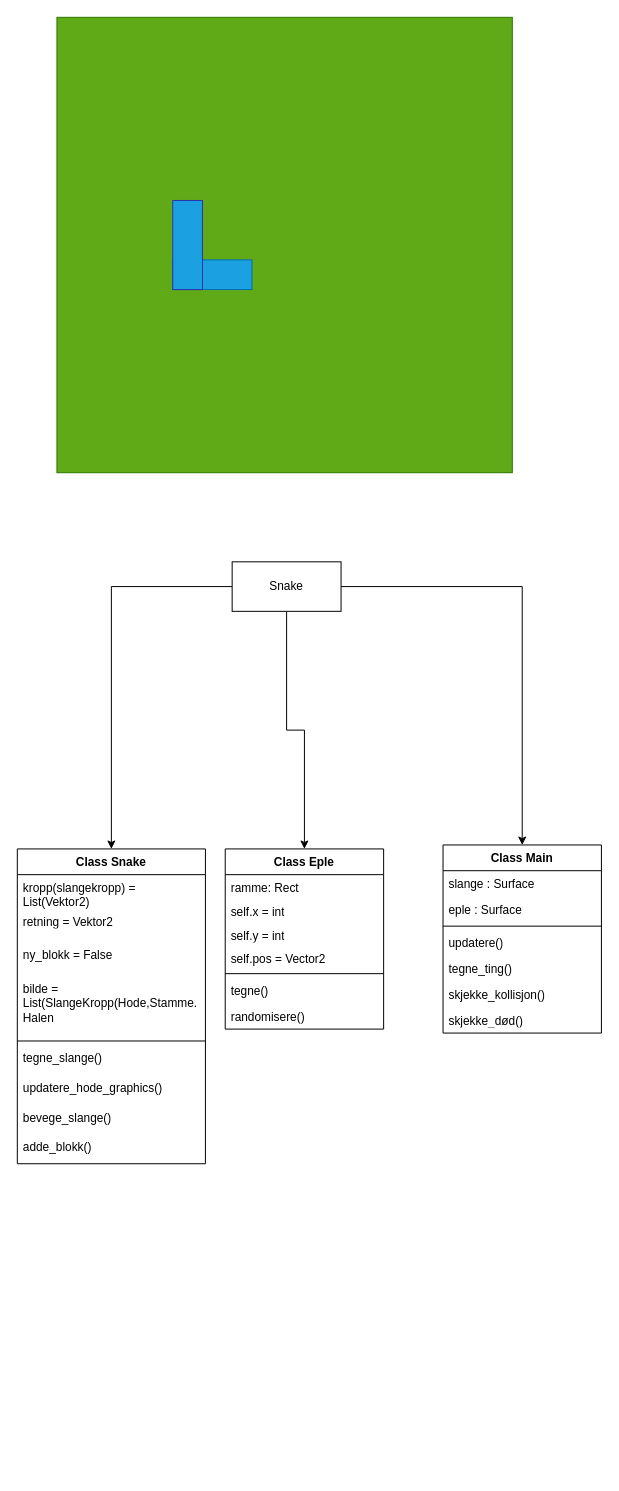
Earlier version of the draw.io diagram snakeprojekt.drawio (mocrow13/spillprojekt). Source tidied: cells renumbered, new cells numbered last; positions are measured from the earlier drawing's top-left corner, leaving out a move shared by most shapes. Both pictures are drawn from the tidied source at 99%, with x=0, y=0 at pixel (17, 17).
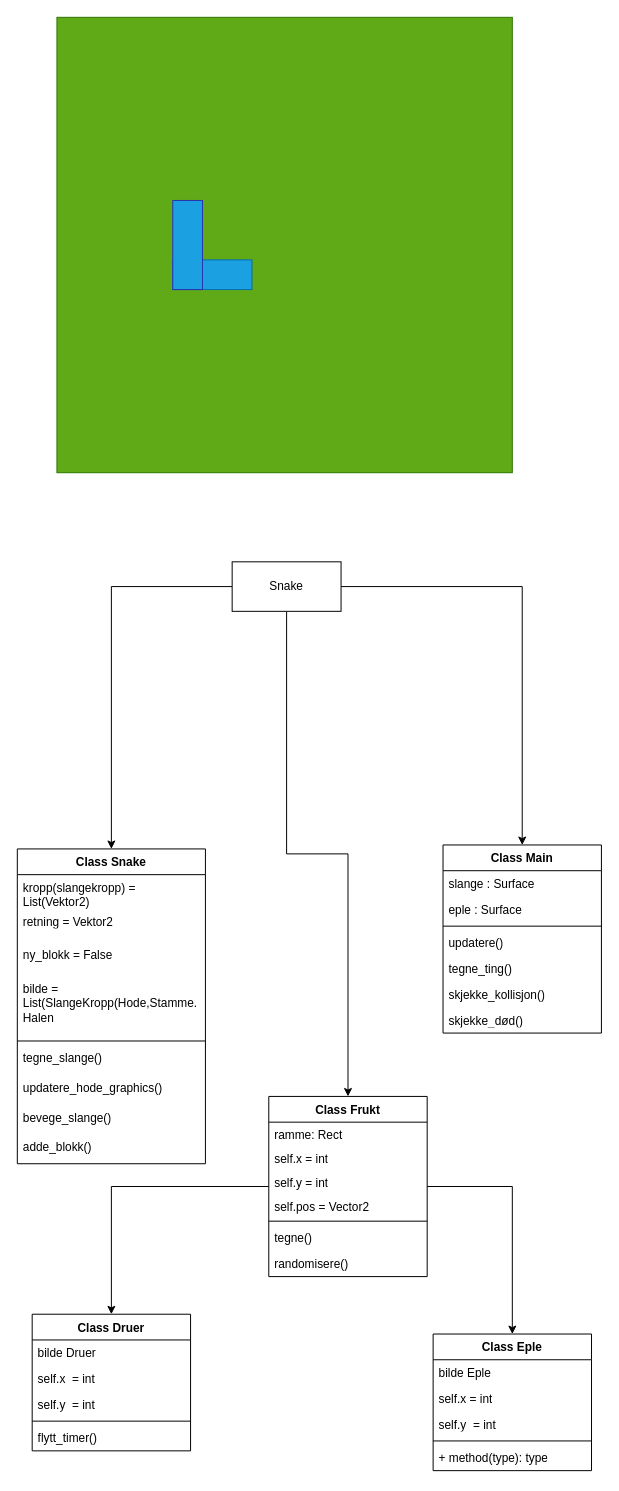
After the change.

The edit, as a diff of the source:
```diff
@@
+    <mxCell id="35" style="edgeStyle=orthogonalEdgeStyle;rounded=0;jettySize=auto;html=1;" parent="1" edge="1" source="19" target="43">
+      <mxGeometry relative="1" as="geometry" />
+    </mxCell>
+    <mxCell id="36" style="edgeStyle=orthogonalEdgeStyle;rounded=0;jettySize=auto;html=1;entryX=0.5;entryY=0;entryDx=0;entryDy=0;" parent="1" edge="1" source="19" target="37">
+      <mxGeometry relative="1" as="geometry" />
+    </mxCell>
-    <mxCell id="19" value="Class Eple" style="swimlane;fontStyle=1;align=center;verticalAlign=top;horizontal=1;startSize=26;whiteSpace=wrap;html=1;" parent="1" vertex="1">
-      <mxGeometry x="210" y="840" width="160" height="182" as="geometry" />
+    <mxCell id="19" value="Class Frukt" style="swimlane;fontStyle=1;align=center;verticalAlign=top;horizontal=1;startSize=26;whiteSpace=wrap;html=1;" parent="1" vertex="1">
+      <mxGeometry x="254" y="1090" width="160" height="182" as="geometry" />
     </mxCell>
@@
+    <mxCell id="37" value="Class Eple" style="swimlane;fontStyle=1;align=center;verticalAlign=top;horizontal=1;startSize=26;whiteSpace=wrap;html=1;" parent="1" vertex="1">
+      <mxGeometry x="420" y="1330" width="160" height="138" as="geometry" />
+    </mxCell>
+    <mxCell id="38" value="bilde Eple" style="text;strokeColor=none;fillColor=none;align=left;verticalAlign=top;spacingLeft=4;spacingRight=4;overflow=hidden;whiteSpace=wrap;html=1;" parent="37" vertex="1">
+      <mxGeometry y="26" width="160" height="26" as="geometry" />
+    </mxCell>
+    <mxCell id="39" value="self.x = int" style="text;strokeColor=none;fillColor=none;align=left;verticalAlign=top;spacingLeft=4;spacingRight=4;overflow=hidden;whiteSpace=wrap;html=1;" parent="37" vertex="1">
+      <mxGeometry y="52" width="160" height="26" as="geometry" />
+    </mxCell>
+    <mxCell id="40" value="self.y&amp;nbsp; = int" style="text;strokeColor=none;fillColor=none;align=left;verticalAlign=top;spacingLeft=4;spacingRight=4;overflow=hidden;whiteSpace=wrap;html=1;" parent="37" vertex="1">
+      <mxGeometry y="78" width="160" height="26" as="geometry" />
+    </mxCell>
+    <mxCell id="41" style="line;strokeWidth=1;fillColor=none;align=left;verticalAlign=middle;spacingTop=-1;spacingLeft=3;spacingRight=3;labelPosition=right;strokeColor=inherit;" parent="37" vertex="1">
+      <mxGeometry y="104" width="160" height="8" as="geometry" />
+    </mxCell>
+    <mxCell id="42" value="+ method(type): type" style="text;strokeColor=none;fillColor=none;align=left;verticalAlign=top;spacingLeft=4;spacingRight=4;overflow=hidden;whiteSpace=wrap;html=1;" parent="37" vertex="1">
+      <mxGeometry y="112" width="160" height="26" as="geometry" />
+    </mxCell>
+    <mxCell id="43" value="Class Druer" style="swimlane;fontStyle=1;align=center;verticalAlign=top;horizontal=1;startSize=26;whiteSpace=wrap;html=1;" parent="1" vertex="1">
+      <mxGeometry x="15" y="1310" width="160" height="138" as="geometry" />
+    </mxCell>
+    <mxCell id="44" value="bilde Druer" style="text;strokeColor=none;fillColor=none;align=left;verticalAlign=top;spacingLeft=4;spacingRight=4;overflow=hidden;whiteSpace=wrap;html=1;" parent="43" vertex="1">
+      <mxGeometry y="26" width="160" height="26" as="geometry" />
+    </mxCell>
+    <mxCell id="45" value="self.x&amp;nbsp; = int" style="text;strokeColor=none;fillColor=none;align=left;verticalAlign=top;spacingLeft=4;spacingRight=4;overflow=hidden;whiteSpace=wrap;html=1;" parent="43" vertex="1">
+      <mxGeometry y="52" width="160" height="26" as="geometry" />
+    </mxCell>
+    <mxCell id="46" value="self.y&amp;nbsp; = int" style="text;strokeColor=none;fillColor=none;align=left;verticalAlign=top;spacingLeft=4;spacingRight=4;overflow=hidden;whiteSpace=wrap;html=1;" parent="43" vertex="1">
+      <mxGeometry y="78" width="160" height="26" as="geometry" />
+    </mxCell>
+    <mxCell id="47" style="line;strokeWidth=1;fillColor=none;align=left;verticalAlign=middle;spacingTop=-1;spacingLeft=3;spacingRight=3;labelPosition=right;strokeColor=inherit;" parent="43" vertex="1">
+      <mxGeometry y="104" width="160" height="8" as="geometry" />
+    </mxCell>
+    <mxCell id="48" value="flytt_timer()" style="text;strokeColor=none;fillColor=none;align=left;verticalAlign=top;spacingLeft=4;spacingRight=4;overflow=hidden;whiteSpace=wrap;html=1;" parent="43" vertex="1">
+      <mxGeometry y="112" width="160" height="26" as="geometry" />
+    </mxCell>
```
